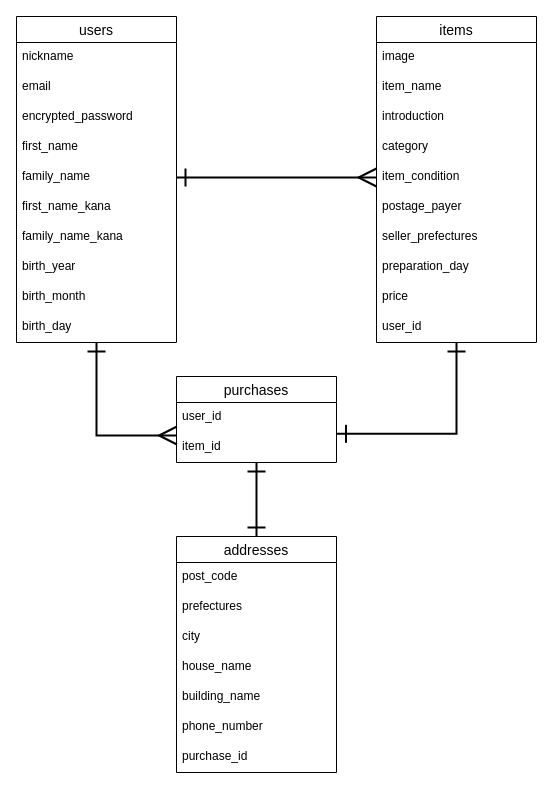
Before: app/views/test.dio in narityan/furima-36026, a draw.io diagram. Source tidied: cells renumbered, new cells numbered last; positions are measured from the earlier drawing's top-left corner, leaving out a move shared by most shapes. Both pictures are drawn from the tidied source at 100%, with x=0, y=0 at pixel (16, 16).
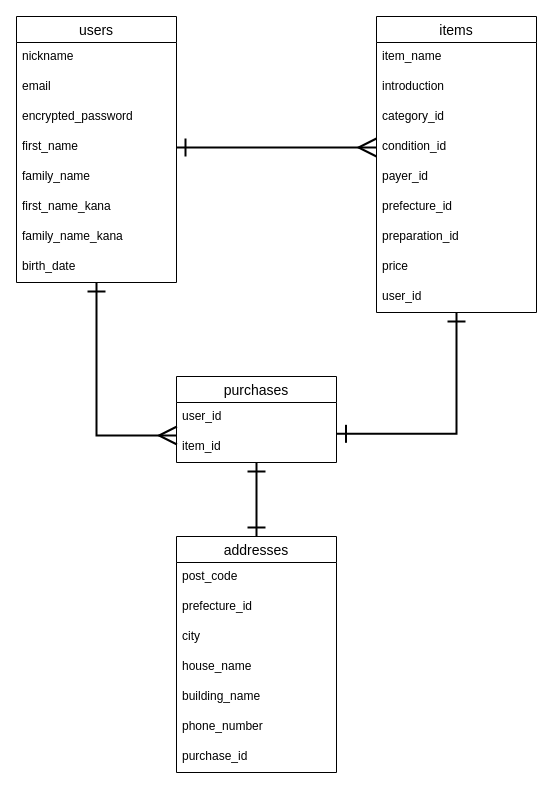
The same diagram, later.

Unchanged cells that the change refers to:
```xml
<mxCell id="7" value="first_name" style="text;strokeColor=none;fillColor=none;spacingLeft=4;spacingRight=4;overflow=hidden;points=[[0,0.5],[1,0.5]];portConstraint=eastwest;fontSize=12;" parent="3" vertex="1">
  <mxGeometry y="116" width="160" height="30" as="geometry" />
</mxCell>
<mxCell id="8" value="family_name" style="text;strokeColor=none;fillColor=none;spacingLeft=4;spacingRight=4;overflow=hidden;points=[[0,0.5],[1,0.5]];portConstraint=eastwest;fontSize=12;" parent="3" vertex="1">
  <mxGeometry y="146" width="160" height="30" as="geometry" />
</mxCell>
<mxCell id="26" value="addresses" style="swimlane;fontStyle=0;horizontal=1;startSize=26;align=center;fontSize=14;" parent="1" vertex="1">
  <mxGeometry x="160" y="520" width="160" height="236" as="geometry" />
</mxCell>
```

Diff of the diagram source:
```diff
@@
     <mxCell id="3" value="users" style="swimlane;fontStyle=0;horizontal=1;startSize=26;align=center;fontSize=14;" parent="1" vertex="1">
-      <mxGeometry width="160" height="326" as="geometry" />
+      <mxGeometry width="160" height="266" as="geometry" />
     </mxCell>
@@
-    <mxCell id="11" value="birth_year" style="text;strokeColor=none;fillColor=none;spacingLeft=4;spacingRight=4;overflow=hidden;fontSize=12;" parent="3" vertex="1">
+    <mxCell id="11" value="birth_date" style="text;strokeColor=none;fillColor=none;spacingLeft=4;spacingRight=4;overflow=hidden;fontSize=12;" parent="3" vertex="1">
       <mxGeometry y="236" width="160" height="30" as="geometry" />
     </mxCell>
-    <mxCell id="12" value="birth_month" style="text;strokeColor=none;fillColor=none;spacingLeft=4;spacingRight=4;overflow=hidden;fontSize=12;" parent="3" vertex="1">
-      <mxGeometry y="266" width="160" height="30" as="geometry" />
-    </mxCell>
-    <mxCell id="13" value="birth_day" style="text;strokeColor=none;fillColor=none;spacingLeft=4;spacingRight=4;overflow=hidden;fontSize=12;" parent="3" vertex="1">
-      <mxGeometry y="296" width="160" height="30" as="geometry" />
-    </mxCell>
@@
     <mxCell id="15" value="items" style="swimlane;fontStyle=0;horizontal=1;startSize=26;align=center;fontSize=14;" parent="1" vertex="1">
-      <mxGeometry x="360" width="160" height="326" as="geometry" />
+      <mxGeometry x="360" width="160" height="296" as="geometry" />
     </mxCell>
-    <mxCell id="16" value="image" style="text;strokeColor=none;fillColor=none;spacingLeft=4;spacingRight=4;overflow=hidden;fontSize=12;" parent="15" vertex="1">
-      <mxGeometry y="26" width="160" height="30" as="geometry" />
-    </mxCell>
     <mxCell id="17" value="item_name" style="text;strokeColor=none;fillColor=none;spacingLeft=4;spacingRight=4;overflow=hidden;fontSize=12;" parent="15" vertex="1">
-      <mxGeometry y="56" width="160" height="30" as="geometry" />
+      <mxGeometry y="26" width="160" height="30" as="geometry" />
     </mxCell>
     <mxCell id="18" value="introduction" style="text;strokeColor=none;fillColor=none;spacingLeft=4;spacingRight=4;overflow=hidden;fontSize=12;" parent="15" vertex="1">
-      <mxGeometry y="86" width="160" height="30" as="geometry" />
+      <mxGeometry y="56" width="160" height="30" as="geometry" />
     </mxCell>
-    <mxCell id="19" value="category" style="text;strokeColor=none;fillColor=none;spacingLeft=4;spacingRight=4;overflow=hidden;fontSize=12;" parent="15" vertex="1">
-      <mxGeometry y="116" width="160" height="30" as="geometry" />
+    <mxCell id="19" value="category_id" style="text;strokeColor=none;fillColor=none;spacingLeft=4;spacingRight=4;overflow=hidden;fontSize=12;" parent="15" vertex="1">
+      <mxGeometry y="86" width="160" height="30" as="geometry" />
     </mxCell>
-    <mxCell id="20" value="item_condition" style="text;strokeColor=none;fillColor=none;spacingLeft=4;spacingRight=4;overflow=hidden;points=[[0,0.5],[1,0.5]];portConstraint=eastwest;fontSize=12;" parent="15" vertex="1">
-      <mxGeometry y="146" width="160" height="30" as="geometry" />
+    <mxCell id="20" value="condition_id" style="text;strokeColor=none;fillColor=none;spacingLeft=4;spacingRight=4;overflow=hidden;points=[[0,0.5],[1,0.5]];portConstraint=eastwest;fontSize=12;" parent="15" vertex="1">
+      <mxGeometry y="116" width="160" height="30" as="geometry" />
     </mxCell>
-    <mxCell id="21" value="postage_payer" style="text;strokeColor=none;fillColor=none;spacingLeft=4;spacingRight=4;overflow=hidden;fontSize=12;" parent="15" vertex="1">
-      <mxGeometry y="176" width="160" height="30" as="geometry" />
+    <mxCell id="21" value="payer_id" style="text;strokeColor=none;fillColor=none;spacingLeft=4;spacingRight=4;overflow=hidden;fontSize=12;" parent="15" vertex="1">
+      <mxGeometry y="146" width="160" height="30" as="geometry" />
     </mxCell>
-    <mxCell id="22" value="seller_prefectures" style="text;strokeColor=none;fillColor=none;spacingLeft=4;spacingRight=4;overflow=hidden;fontSize=12;" parent="15" vertex="1">
-      <mxGeometry y="206" width="160" height="30" as="geometry" />
+    <mxCell id="22" value="prefecture_id" style="text;strokeColor=none;fillColor=none;spacingLeft=4;spacingRight=4;overflow=hidden;fontSize=12;" parent="15" vertex="1">
+      <mxGeometry y="176" width="160" height="30" as="geometry" />
     </mxCell>
-    <mxCell id="23" value="preparation_day" style="text;strokeColor=none;fillColor=none;spacingLeft=4;spacingRight=4;overflow=hidden;fontSize=12;" parent="15" vertex="1">
-      <mxGeometry y="236" width="160" height="30" as="geometry" />
+    <mxCell id="23" value="preparation_id" style="text;strokeColor=none;fillColor=none;spacingLeft=4;spacingRight=4;overflow=hidden;fontSize=12;" parent="15" vertex="1">
+      <mxGeometry y="206" width="160" height="30" as="geometry" />
     </mxCell>
     <mxCell id="24" value="price" style="text;strokeColor=none;fillColor=none;spacingLeft=4;spacingRight=4;overflow=hidden;fontSize=12;" parent="15" vertex="1">
-      <mxGeometry y="266" width="160" height="30" as="geometry" />
+      <mxGeometry y="236" width="160" height="30" as="geometry" />
     </mxCell>
     <mxCell id="25" value="user_id" style="text;strokeColor=none;fillColor=none;spacingLeft=4;spacingRight=4;overflow=hidden;fontSize=12;" parent="15" vertex="1">
-      <mxGeometry y="296" width="160" height="30" as="geometry" />
+      <mxGeometry y="266" width="160" height="30" as="geometry" />
     </mxCell>
@@
-    <mxCell id="28" value="prefectures" style="text;strokeColor=none;fillColor=none;spacingLeft=4;spacingRight=4;overflow=hidden;fontSize=12;" parent="26" vertex="1">
+    <mxCell id="28" value="prefecture_id" style="text;strokeColor=none;fillColor=none;spacingLeft=4;spacingRight=4;overflow=hidden;fontSize=12;" parent="26" vertex="1">
       <mxGeometry y="56" width="160" height="30" as="geometry" />
     </mxCell>
@@
-    <mxCell id="38" style="edgeStyle=orthogonalEdgeStyle;rounded=0;jettySize=auto;html=1;exitX=1;exitY=0.5;exitDx=0;exitDy=0;entryX=0;entryY=0.5;entryDx=0;entryDy=0;endArrow=ERmany;endFill=0;startArrow=ERone;startFill=0;startSize=15;endSize=15;strokeWidth=2;" parent="1" edge="1" source="8" target="20">
+    <mxCell id="38" style="edgeStyle=orthogonalEdgeStyle;rounded=0;jettySize=auto;html=1;exitX=1;exitY=0.5;exitDx=0;exitDy=0;entryX=0;entryY=0.5;entryDx=0;entryDy=0;endArrow=ERmany;endFill=0;startArrow=ERone;startFill=0;startSize=15;endSize=15;strokeWidth=2;" parent="1" edge="1" source="7" target="20">
       <mxGeometry relative="1" as="geometry" />
     </mxCell>
```
